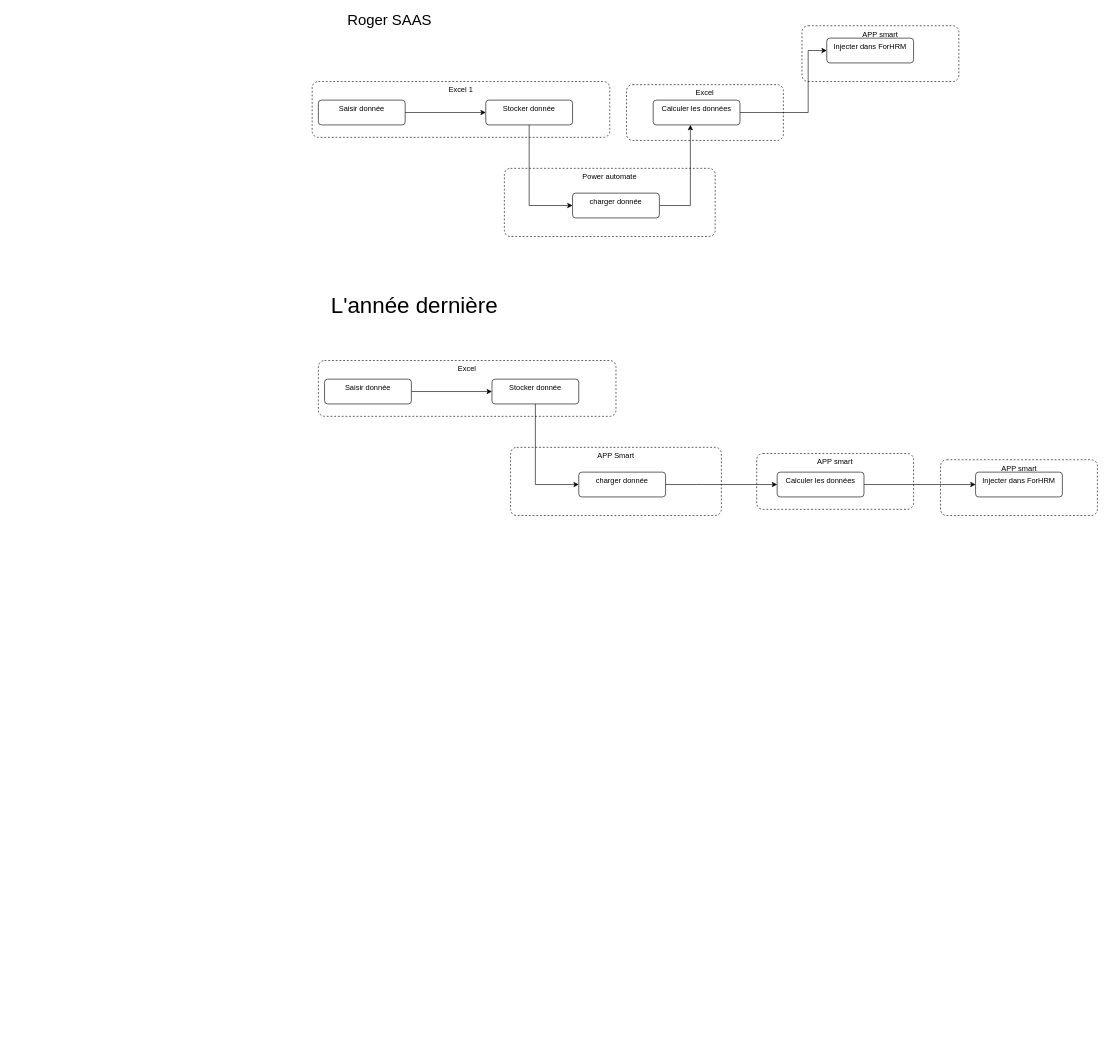
Idir-smart/SandBox keeps this draw.io diagram as Diagramme sans nom.drawio. Above is the earlier version. Source tidied: cells renumbered, new cells numbered last; positions are measured from the earlier drawing's top-left corner, leaving out a move shared by most shapes. Both pictures are drawn from the tidied source at 62%, with x=0, y=0 at pixel (312, 19).
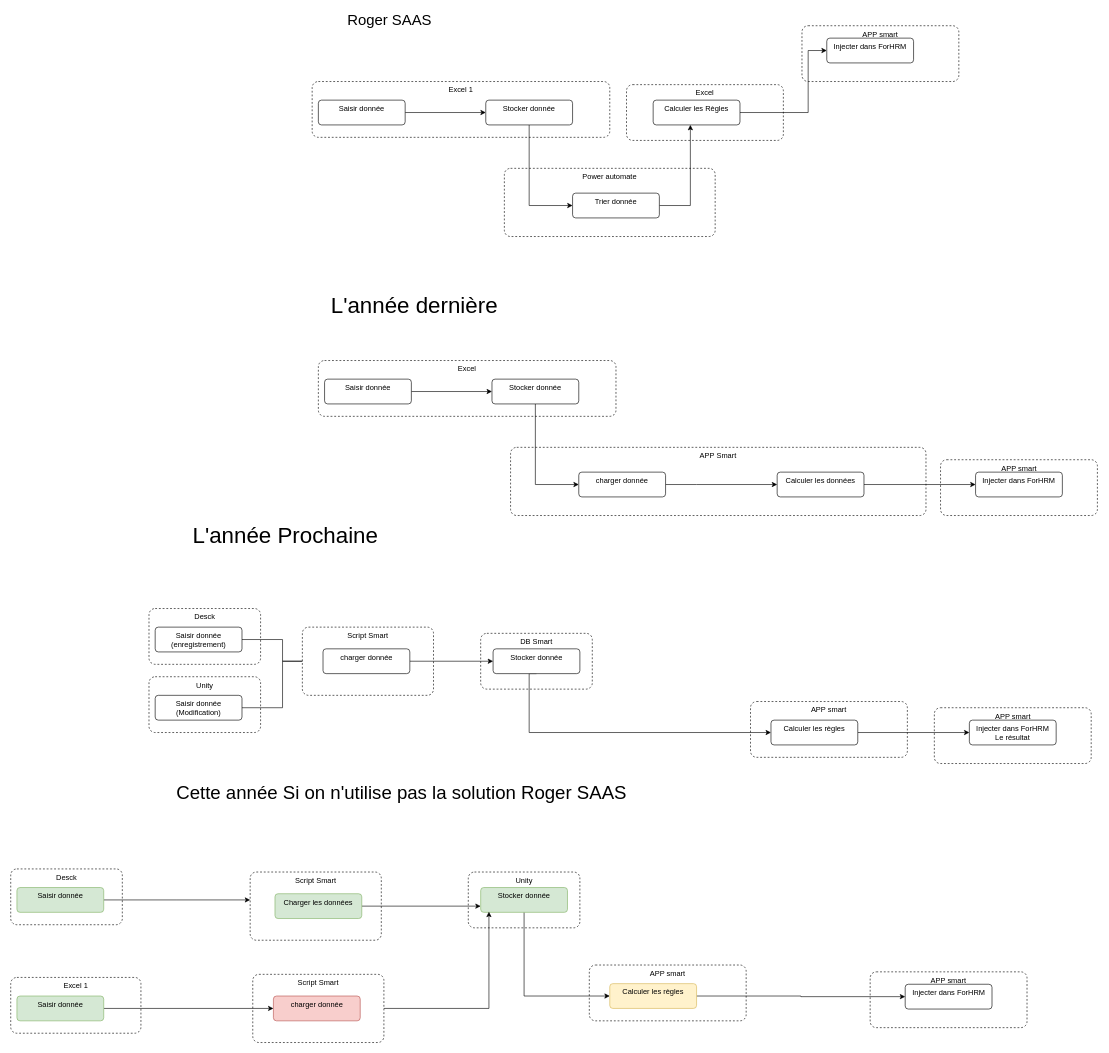
The same diagram, later.

Commit message (it also covers changes not shown here):
Mettre à jour Diagramme sans nom.drawio

Change to the diagram source:
```diff
@@
+    <mxCell id="30" value="DB Smart" style="html=1;align=center;verticalAlign=top;rounded=1;absoluteArcSize=1;arcSize=20;dashed=1;whiteSpace=wrap;" parent="1" vertex="1">
+      <mxGeometry x="271.8" y="990" width="180" height="90" as="geometry" />
+    </mxCell>
@@
-    <mxCell id="10" value="Calculer les données " style="html=1;align=center;verticalAlign=top;rounded=1;absoluteArcSize=1;arcSize=10;dashed=0;whiteSpace=wrap;" parent="1" vertex="1">
+    <mxCell id="10" value="Calculer les Règles " style="html=1;align=center;verticalAlign=top;rounded=1;absoluteArcSize=1;arcSize=10;dashed=0;whiteSpace=wrap;" parent="1" vertex="1">
       <mxGeometry x="550" y="130" width="140" height="40" as="geometry" />
     </mxCell>
@@
-    <mxCell id="12" value="charger donnée " style="html=1;align=center;verticalAlign=top;rounded=1;absoluteArcSize=1;arcSize=10;dashed=0;whiteSpace=wrap;" parent="1" vertex="1">
+    <mxCell id="12" value="Trier donnée " style="html=1;align=center;verticalAlign=top;rounded=1;absoluteArcSize=1;arcSize=10;dashed=0;whiteSpace=wrap;" parent="1" vertex="1">
       <mxGeometry x="420" y="280" width="140" height="40" as="geometry" />
     </mxCell>
@@
     <mxCell id="19" value="APP Smart" style="html=1;align=center;verticalAlign=top;rounded=1;absoluteArcSize=1;arcSize=20;dashed=1;whiteSpace=wrap;" parent="1" vertex="1">
-      <mxGeometry x="320" y="690" width="340" height="110" as="geometry" />
+      <mxGeometry x="320" y="690" width="670" height="110" as="geometry" />
     </mxCell>
@@
+    <mxCell id="31" value="APP smart" style="html=1;align=center;verticalAlign=top;rounded=1;absoluteArcSize=1;arcSize=20;dashed=1;whiteSpace=wrap;" parent="1" vertex="1">
+      <mxGeometry x="1003.5" y="1110" width="253" height="90" as="geometry" />
+    </mxCell>
+    <mxCell id="32" value="&lt;font style=&quot;font-size: 36px;&quot;&gt;L'année Prochaine &lt;/font&gt;&lt;br&gt;&lt;div style=&quot;font-size: 24px;&quot;&gt;&lt;font style=&quot;font-size: 24px;&quot;&gt;&lt;br&gt;&lt;/font&gt;&lt;/div&gt;" style="text;html=1;align=center;verticalAlign=middle;whiteSpace=wrap;rounded=0;" parent="1" vertex="1">
+      <mxGeometry x="-198.5" y="830" width="310" height="30" as="geometry" />
+    </mxCell>
+    <mxCell id="33" value="APP smart" style="html=1;align=center;verticalAlign=top;rounded=1;absoluteArcSize=1;arcSize=20;dashed=1;whiteSpace=wrap;" parent="1" vertex="1">
+      <mxGeometry x="707" y="1100" width="253" height="90" as="geometry" />
+    </mxCell>
+    <mxCell id="34" value="Desck" style="html=1;align=center;verticalAlign=top;rounded=1;absoluteArcSize=1;arcSize=20;dashed=1;whiteSpace=wrap;" parent="1" vertex="1">
+      <mxGeometry x="-263.2" y="950" width="180" height="90" as="geometry" />
+    </mxCell>
+    <mxCell id="35" style="edgeStyle=orthogonalEdgeStyle;rounded=0;jettySize=auto;html=1;exitX=0.5;exitY=1;exitDx=0;exitDy=0;" parent="1" edge="1" source="36" target="38">
+      <mxGeometry relative="1" as="geometry">
+        <Array as="points">
+          <mxPoint x="350" y="1150" />
+        </Array>
+      </mxGeometry>
+    </mxCell>
+    <mxCell id="36" value="Stocker donnée" style="html=1;align=center;verticalAlign=top;rounded=1;absoluteArcSize=1;arcSize=10;dashed=0;whiteSpace=wrap;" parent="1" vertex="1">
+      <mxGeometry x="291.8" y="1015" width="140" height="40" as="geometry" />
+    </mxCell>
+    <mxCell id="37" style="edgeStyle=orthogonalEdgeStyle;rounded=0;jettySize=auto;html=1;exitX=1;exitY=0.5;exitDx=0;exitDy=0;" parent="1" edge="1" source="38" target="39">
+      <mxGeometry relative="1" as="geometry" />
+    </mxCell>
+    <mxCell id="38" value="Calculer les règles " style="html=1;align=center;verticalAlign=top;rounded=1;absoluteArcSize=1;arcSize=10;dashed=0;whiteSpace=wrap;" parent="1" vertex="1">
+      <mxGeometry x="740" y="1130" width="140" height="40" as="geometry" />
+    </mxCell>
+    <mxCell id="39" value="&lt;div&gt;Injecter dans ForHRM&lt;/div&gt;&lt;div&gt;Le résultat&lt;br&gt;&lt;/div&gt;" style="html=1;align=center;verticalAlign=top;rounded=1;absoluteArcSize=1;arcSize=10;dashed=0;whiteSpace=wrap;" parent="1" vertex="1">
+      <mxGeometry x="1060" y="1130" width="140" height="40" as="geometry" />
+    </mxCell>
+    <mxCell id="40" style="edgeStyle=orthogonalEdgeStyle;rounded=0;jettySize=auto;html=1;exitX=1;exitY=0.5;exitDx=0;exitDy=0;" parent="1" edge="1" source="41" target="68">
+      <mxGeometry relative="1" as="geometry" />
+    </mxCell>
+    <mxCell id="41" value="&lt;div&gt;Saisir donnée&lt;/div&gt;&lt;div&gt;(enregistrement)&lt;br&gt;&lt;/div&gt;" style="html=1;align=center;verticalAlign=top;rounded=1;absoluteArcSize=1;arcSize=10;dashed=0;whiteSpace=wrap;" parent="1" vertex="1">
+      <mxGeometry x="-253.2" y="980" width="140" height="40" as="geometry" />
+    </mxCell>
+    <mxCell id="42" value="Unity" style="html=1;align=center;verticalAlign=top;rounded=1;absoluteArcSize=1;arcSize=20;dashed=1;whiteSpace=wrap;" parent="1" vertex="1">
+      <mxGeometry x="251.8" y="1375" width="180" height="90" as="geometry" />
+    </mxCell>
+    <mxCell id="43" value="APP smart" style="html=1;align=center;verticalAlign=top;rounded=1;absoluteArcSize=1;arcSize=20;dashed=1;whiteSpace=wrap;" parent="1" vertex="1">
+      <mxGeometry x="900" y="1536" width="253" height="90" as="geometry" />
+    </mxCell>
+    <mxCell id="44" value="APP smart" style="html=1;align=center;verticalAlign=top;rounded=1;absoluteArcSize=1;arcSize=20;dashed=1;whiteSpace=wrap;" parent="1" vertex="1">
+      <mxGeometry x="447" y="1525" width="253" height="90" as="geometry" />
+    </mxCell>
+    <mxCell id="45" value="Desck" style="html=1;align=center;verticalAlign=top;rounded=1;absoluteArcSize=1;arcSize=20;dashed=1;whiteSpace=wrap;" parent="1" vertex="1">
+      <mxGeometry x="-486.2" y="1370" width="180" height="90" as="geometry" />
+    </mxCell>
+    <mxCell id="46" style="edgeStyle=orthogonalEdgeStyle;rounded=0;jettySize=auto;html=1;exitX=0.5;exitY=1;exitDx=0;exitDy=0;entryX=0;entryY=0.5;entryDx=0;entryDy=0;" parent="1" edge="1" source="47" target="49">
+      <mxGeometry relative="1" as="geometry" />
+    </mxCell>
+    <mxCell id="47" value="Stocker donnée" style="html=1;align=center;verticalAlign=top;rounded=1;absoluteArcSize=1;arcSize=10;dashed=0;whiteSpace=wrap;fillColor=#d5e8d4;strokeColor=#82b366;" parent="1" vertex="1">
+      <mxGeometry x="271.8" y="1400" width="140" height="40" as="geometry" />
+    </mxCell>
+    <mxCell id="48" style="edgeStyle=orthogonalEdgeStyle;rounded=0;jettySize=auto;html=1;exitX=1;exitY=0.5;exitDx=0;exitDy=0;entryX=0;entryY=0.5;entryDx=0;entryDy=0;" parent="1" edge="1" source="49" target="50">
+      <mxGeometry relative="1" as="geometry" />
+    </mxCell>
+    <mxCell id="49" value="Calculer les règles " style="html=1;align=center;verticalAlign=top;rounded=1;absoluteArcSize=1;arcSize=10;dashed=0;whiteSpace=wrap;fillColor=#fff2cc;strokeColor=#d6b656;" parent="1" vertex="1">
+      <mxGeometry x="480" y="1555" width="140" height="40" as="geometry" />
+    </mxCell>
+    <mxCell id="50" value="Injecter dans ForHRM" style="html=1;align=center;verticalAlign=top;rounded=1;absoluteArcSize=1;arcSize=10;dashed=0;whiteSpace=wrap;" parent="1" vertex="1">
+      <mxGeometry x="956.5" y="1556" width="140" height="40" as="geometry" />
+    </mxCell>
+    <mxCell id="51" style="edgeStyle=orthogonalEdgeStyle;rounded=0;jettySize=auto;html=1;exitX=1;exitY=0.5;exitDx=0;exitDy=0;" parent="1" edge="1" source="52">
+      <mxGeometry relative="1" as="geometry">
+        <mxPoint x="-100" y="1420" as="targetPoint" />
+      </mxGeometry>
+    </mxCell>
+    <mxCell id="52" value="Saisir donnée" style="html=1;align=center;verticalAlign=top;rounded=1;absoluteArcSize=1;arcSize=10;dashed=0;whiteSpace=wrap;fillColor=#d5e8d4;strokeColor=#82b366;" parent="1" vertex="1">
+      <mxGeometry x="-476.2" y="1400" width="140" height="40" as="geometry" />
+    </mxCell>
+    <mxCell id="53" value="&lt;div&gt;&lt;font style=&quot;font-size: 30px;&quot;&gt;Cette année Si on n'utilise pas la solution Roger SAAS&amp;nbsp; &lt;/font&gt;&lt;/div&gt;&lt;div style=&quot;font-size: 30px;&quot;&gt;&lt;font style=&quot;font-size: 30px;&quot;&gt;&lt;br&gt;&lt;/font&gt;&lt;/div&gt;" style="text;html=1;align=center;verticalAlign=middle;whiteSpace=wrap;rounded=0;" parent="1" vertex="1">
+      <mxGeometry x="-263.2" y="1250" width="823.2" height="30" as="geometry" />
+    </mxCell>
+    <mxCell id="54" value="Script Smart" style="html=1;align=center;verticalAlign=top;rounded=1;absoluteArcSize=1;arcSize=20;dashed=1;whiteSpace=wrap;" parent="1" vertex="1">
+      <mxGeometry x="-95.8" y="1540" width="211.5" height="110" as="geometry" />
+    </mxCell>
+    <mxCell id="55" value="Excel 1 " style="html=1;align=center;verticalAlign=top;rounded=1;absoluteArcSize=1;arcSize=20;dashed=1;whiteSpace=wrap;" parent="1" vertex="1">
+      <mxGeometry x="-486.2" y="1545" width="210" height="90" as="geometry" />
+    </mxCell>
+    <mxCell id="56" value="charger donnée " style="html=1;align=center;verticalAlign=top;rounded=1;absoluteArcSize=1;arcSize=10;dashed=0;whiteSpace=wrap;fillColor=#f8cecc;strokeColor=#b85450;" parent="1" vertex="1">
+      <mxGeometry x="-62.5" y="1575" width="140" height="40" as="geometry" />
+    </mxCell>
+    <mxCell id="57" style="edgeStyle=orthogonalEdgeStyle;rounded=0;jettySize=auto;html=1;exitX=1;exitY=0.5;exitDx=0;exitDy=0;entryX=0;entryY=0.5;entryDx=0;entryDy=0;" parent="1" edge="1" source="58" target="56">
+      <mxGeometry relative="1" as="geometry" />
+    </mxCell>
+    <mxCell id="58" value="Saisir donnée" style="html=1;align=center;verticalAlign=top;rounded=1;absoluteArcSize=1;arcSize=10;dashed=0;whiteSpace=wrap;fillColor=#d5e8d4;strokeColor=#82b366;" parent="1" vertex="1">
+      <mxGeometry x="-476.2" y="1575" width="140" height="40" as="geometry" />
+    </mxCell>
+    <mxCell id="59" value="Script Smart" style="html=1;align=center;verticalAlign=top;rounded=1;absoluteArcSize=1;arcSize=20;dashed=1;whiteSpace=wrap;" parent="1" vertex="1">
+      <mxGeometry x="-100" y="1375" width="211.5" height="110" as="geometry" />
+    </mxCell>
+    <mxCell id="60" style="edgeStyle=orthogonalEdgeStyle;rounded=0;jettySize=auto;html=1;exitX=1;exitY=0.5;exitDx=0;exitDy=0;entryX=0;entryY=0.75;entryDx=0;entryDy=0;" parent="1" edge="1" source="61" target="47">
+      <mxGeometry relative="1" as="geometry" />
+    </mxCell>
+    <mxCell id="61" value="Charger les données " style="html=1;align=center;verticalAlign=top;rounded=1;absoluteArcSize=1;arcSize=10;dashed=0;whiteSpace=wrap;fillColor=#d5e8d4;strokeColor=#82b366;" parent="1" vertex="1">
+      <mxGeometry x="-60" y="1410" width="140" height="40" as="geometry" />
+    </mxCell>
+    <mxCell id="62" style="edgeStyle=orthogonalEdgeStyle;rounded=0;jettySize=auto;html=1;exitX=1;exitY=0.5;exitDx=0;exitDy=0;entryX=0.095;entryY=0.975;entryDx=0;entryDy=0;entryPerimeter=0;" parent="1" edge="1" source="54" target="47">
+      <mxGeometry relative="1" as="geometry" />
+    </mxCell>
+    <mxCell id="63" value="Unity" style="html=1;align=center;verticalAlign=top;rounded=1;absoluteArcSize=1;arcSize=20;dashed=1;whiteSpace=wrap;" parent="1" vertex="1">
+      <mxGeometry x="-263.2" y="1060" width="180" height="90" as="geometry" />
+    </mxCell>
+    <mxCell id="64" style="edgeStyle=orthogonalEdgeStyle;rounded=0;jettySize=auto;html=1;exitX=1;exitY=0.5;exitDx=0;exitDy=0;entryX=0;entryY=0.5;entryDx=0;entryDy=0;" parent="1" edge="1" source="65" target="68">
+      <mxGeometry relative="1" as="geometry" />
+    </mxCell>
+    <mxCell id="65" value="&lt;div&gt;Saisir donnée&lt;/div&gt;&lt;div&gt;(Modification)&lt;br&gt;&lt;/div&gt;" style="html=1;align=center;verticalAlign=top;rounded=1;absoluteArcSize=1;arcSize=10;dashed=0;whiteSpace=wrap;" parent="1" vertex="1">
+      <mxGeometry x="-253.2" y="1090" width="140" height="40" as="geometry" />
+    </mxCell>
+    <mxCell id="66" value="Script Smart" style="html=1;align=center;verticalAlign=top;rounded=1;absoluteArcSize=1;arcSize=20;dashed=1;whiteSpace=wrap;" parent="1" vertex="1">
+      <mxGeometry x="-15.8" y="980" width="211.5" height="110" as="geometry" />
+    </mxCell>
+    <mxCell id="67" style="edgeStyle=orthogonalEdgeStyle;rounded=0;jettySize=auto;html=1;exitX=1;exitY=0.5;exitDx=0;exitDy=0;" parent="1" edge="1" source="68" target="36">
+      <mxGeometry relative="1" as="geometry" />
+    </mxCell>
+    <mxCell id="68" value="charger donnée " style="html=1;align=center;verticalAlign=top;rounded=1;absoluteArcSize=1;arcSize=10;dashed=0;whiteSpace=wrap;" parent="1" vertex="1">
+      <mxGeometry x="17.5" y="1015" width="140" height="40" as="geometry" />
+    </mxCell>
```
